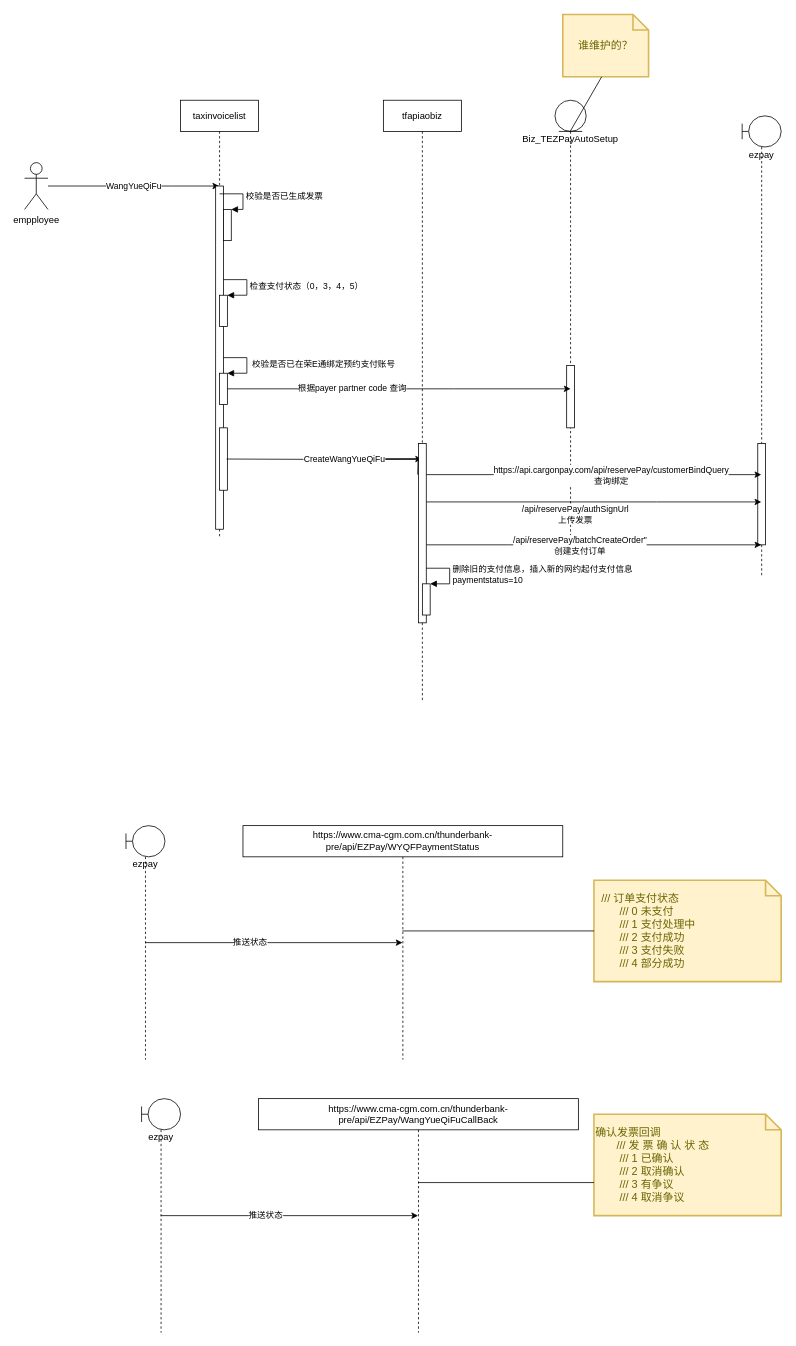
Before: 网约起付.drawio in yi2003/diagram, a draw.io diagram. Source tidied: cells renumbered, new cells numbered last; positions are measured from the earlier drawing's top-left corner, leaving out a move shared by most shapes. Both pictures are drawn from the tidied source at 78%, with x=0, y=0 at pixel (24, 14).
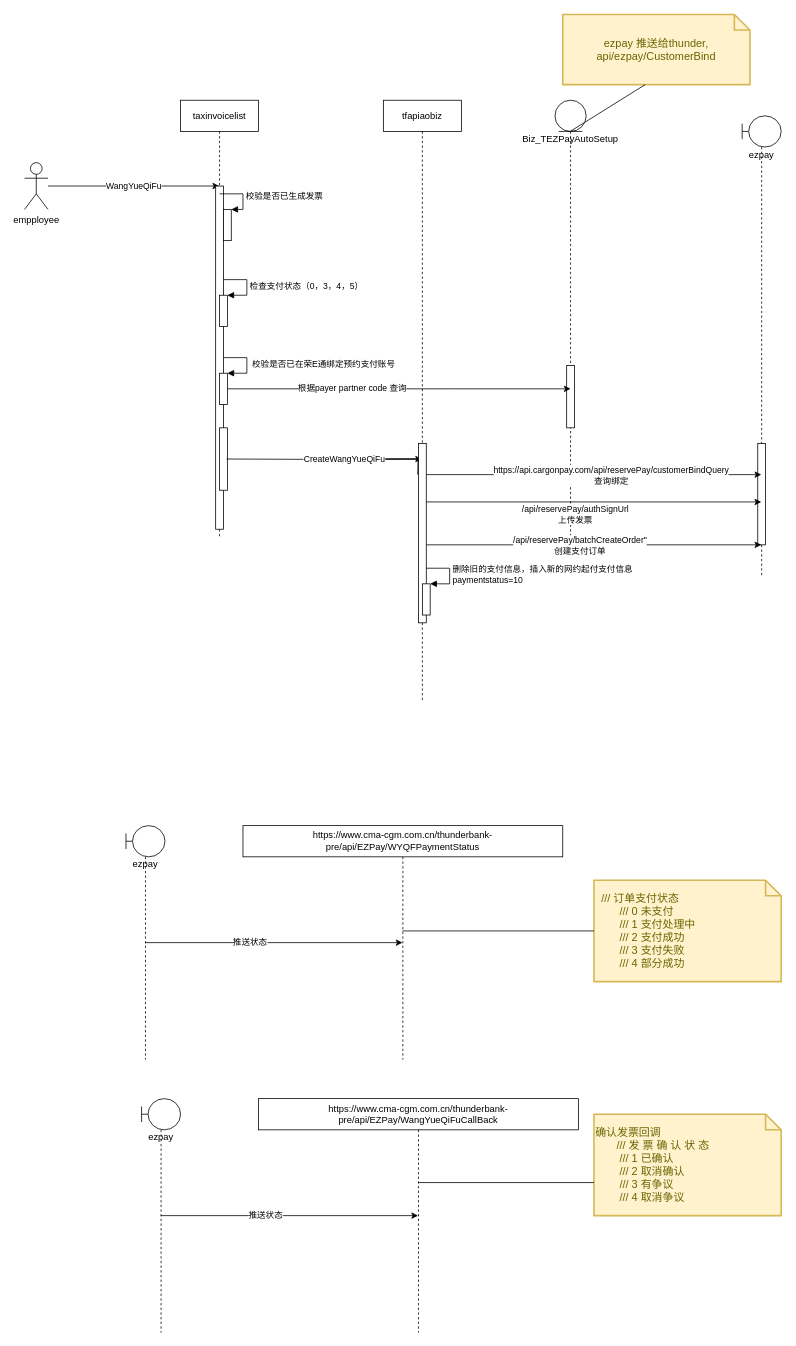
Above is the later version.

The edit, as a diff of the source:
```diff
@@
-    <mxCell id="15" value="谁维护的？" style="shape=note;strokeWidth=2;fontSize=14;size=20;whiteSpace=wrap;html=1;fillColor=#fff2cc;strokeColor=#d6b656;fontColor=#666600;" parent="1" vertex="1">
-      <mxGeometry x="690" width="110" height="80" as="geometry" />
+    <mxCell id="15" value="ezpay 推送给thunder,&lt;br&gt;api/ezpay/CustomerBind" style="shape=note;strokeWidth=2;fontSize=14;size=20;whiteSpace=wrap;html=1;fillColor=#fff2cc;strokeColor=#d6b656;fontColor=#666600;" parent="1" vertex="1">
+      <mxGeometry x="690" width="240" height="90" as="geometry" />
     </mxCell>
```
